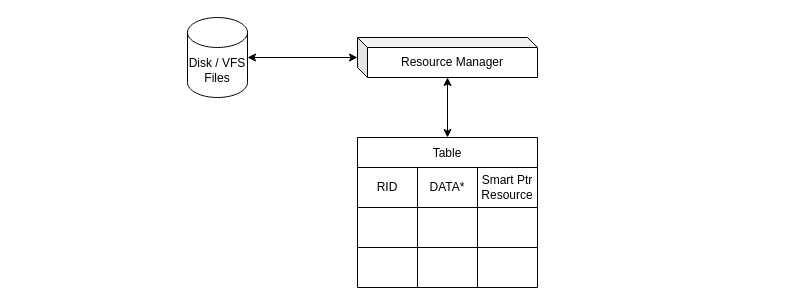
raging-loon/radium-engine-2.0 keeps this draw.io diagram as _doc/diagrams/saved/resmgr2.drawio. Above is the earlier version. Source tidied: cells renumbered, new cells numbered last; positions are measured from the earlier drawing's top-left corner, leaving out a move shared by most shapes. Both pictures are drawn from the tidied source at 100%, with x=0, y=0 at pixel (187, 17).
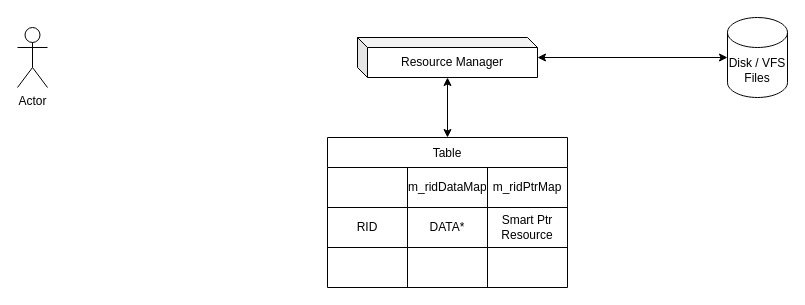
Above is the later version.

What changed in the source:
```diff
@@
 <mxGraphModel>
   <root>
     <mxCell id="0" />
     <mxCell id="1" parent="0" />
     <mxCell id="2" value="Resource Manager" style="shape=cube;whiteSpace=wrap;html=1;boundedLbl=1;backgroundOutline=1;darkOpacity=0.05;darkOpacity2=0.1;size=10;" parent="1" vertex="1">
       <mxGeometry x="170" y="20" width="180" height="40" as="geometry" />
     </mxCell>
     <mxCell id="3" value="Table" style="shape=table;startSize=30;childLayout=tableLayout;strokeColor=default;fontSize=12;" parent="1" vertex="1">
-      <mxGeometry x="170" y="120" width="180" height="150" as="geometry" />
+      <mxGeometry x="140" y="120" width="240" height="150" as="geometry" />
     </mxCell>
+    <mxCell id="8" style="shape=tableRow;horizontal=0;startSize=0;swimlaneHead=0;swimlaneBody=0;strokeColor=inherit;top=0;left=0;bottom=0;right=0;fillColor=none;fontSize=16;" parent="3" vertex="1">
+      <mxGeometry y="30" width="240" height="40" as="geometry" />
+    </mxCell>
+    <mxCell id="9" style="shape=partialRectangle;html=1;whiteSpace=wrap;strokeColor=inherit;overflow=hidden;fillColor=none;top=0;left=0;bottom=0;right=0;fontSize=12;" parent="8" vertex="1">
+      <mxGeometry width="80" height="40" as="geometry" />
+    </mxCell>
+    <mxCell id="10" value="m_ridDataMap" style="shape=partialRectangle;html=1;whiteSpace=wrap;strokeColor=inherit;overflow=hidden;fillColor=none;top=0;left=0;bottom=0;right=0;fontSize=12;" parent="8" vertex="1">
+      <mxGeometry x="80" width="80" height="40" as="geometry" />
+    </mxCell>
+    <mxCell id="11" value="m_ridPtrMap" style="shape=partialRectangle;html=1;whiteSpace=wrap;strokeColor=inherit;overflow=hidden;fillColor=none;top=0;left=0;bottom=0;right=0;fontSize=12;" parent="8" vertex="1">
+      <mxGeometry x="160" width="80" height="40" as="geometry" />
+    </mxCell>
     <mxCell id="4" style="shape=tableRow;horizontal=0;startSize=0;swimlaneHead=0;swimlaneBody=0;strokeColor=inherit;top=0;left=0;bottom=0;right=0;fillColor=none;fontSize=16;" parent="3" vertex="1">
-      <mxGeometry y="30" width="180" height="40" as="geometry" />
+      <mxGeometry y="70" width="240" height="40" as="geometry" />
     </mxCell>
     <mxCell id="5" value="RID" style="shape=partialRectangle;html=1;whiteSpace=wrap;strokeColor=inherit;overflow=hidden;fillColor=none;top=0;left=0;bottom=0;right=0;fontSize=12;" parent="4" vertex="1">
-      <mxGeometry width="60" height="40" as="geometry" />
+      <mxGeometry width="80" height="40" as="geometry" />
     </mxCell>
     <mxCell id="6" value="DATA*" style="shape=partialRectangle;html=1;whiteSpace=wrap;strokeColor=inherit;overflow=hidden;fillColor=none;top=0;left=0;bottom=0;right=0;fontSize=12;" parent="4" vertex="1">
-      <mxGeometry x="60" width="60" height="40" as="geometry" />
+      <mxGeometry x="80" width="80" height="40" as="geometry" />
     </mxCell>
     <mxCell id="7" value="Smart Ptr Resource" style="shape=partialRectangle;html=1;whiteSpace=wrap;strokeColor=inherit;overflow=hidden;fillColor=none;top=0;left=0;bottom=0;right=0;fontSize=12;" parent="4" vertex="1">
-      <mxGeometry x="120" width="60" height="40" as="geometry" />
+      <mxGeometry x="160" width="80" height="40" as="geometry" />
     </mxCell>
-    <mxCell id="8" style="shape=tableRow;horizontal=0;startSize=0;swimlaneHead=0;swimlaneBody=0;strokeColor=inherit;top=0;left=0;bottom=0;right=0;fillColor=none;fontSize=16;" parent="3" vertex="1">
-      <mxGeometry y="70" width="180" height="40" as="geometry" />
-    </mxCell>
-    <mxCell id="9" style="shape=partialRectangle;html=1;whiteSpace=wrap;strokeColor=inherit;overflow=hidden;fillColor=none;top=0;left=0;bottom=0;right=0;fontSize=12;" parent="8" vertex="1">
-      <mxGeometry width="60" height="40" as="geometry" />
-    </mxCell>
-    <mxCell id="10" style="shape=partialRectangle;html=1;whiteSpace=wrap;strokeColor=inherit;overflow=hidden;fillColor=none;top=0;left=0;bottom=0;right=0;fontSize=12;" parent="8" vertex="1">
-      <mxGeometry x="60" width="60" height="40" as="geometry" />
-    </mxCell>
-    <mxCell id="11" style="shape=partialRectangle;html=1;whiteSpace=wrap;strokeColor=inherit;overflow=hidden;fillColor=none;top=0;left=0;bottom=0;right=0;fontSize=12;" parent="8" vertex="1">
-      <mxGeometry x="120" width="60" height="40" as="geometry" />
-    </mxCell>
     <mxCell id="12" style="shape=tableRow;horizontal=0;startSize=0;swimlaneHead=0;swimlaneBody=0;strokeColor=inherit;top=0;left=0;bottom=0;right=0;fillColor=none;fontSize=16;" parent="3" vertex="1">
-      <mxGeometry y="110" width="180" height="40" as="geometry" />
+      <mxGeometry y="110" width="240" height="40" as="geometry" />
     </mxCell>
     <mxCell id="13" style="shape=partialRectangle;html=1;whiteSpace=wrap;strokeColor=inherit;overflow=hidden;fillColor=none;top=0;left=0;bottom=0;right=0;fontSize=12;" parent="12" vertex="1">
-      <mxGeometry width="60" height="40" as="geometry" />
+      <mxGeometry width="80" height="40" as="geometry" />
     </mxCell>
     <mxCell id="14" style="shape=partialRectangle;html=1;whiteSpace=wrap;strokeColor=inherit;overflow=hidden;fillColor=none;top=0;left=0;bottom=0;right=0;fontSize=12;" parent="12" vertex="1">
-      <mxGeometry x="60" width="60" height="40" as="geometry" />
+      <mxGeometry x="80" width="80" height="40" as="geometry" />
     </mxCell>
     <mxCell id="15" style="shape=partialRectangle;html=1;whiteSpace=wrap;strokeColor=inherit;overflow=hidden;fillColor=none;top=0;left=0;bottom=0;right=0;fontSize=12;" parent="12" vertex="1">
-      <mxGeometry x="120" width="60" height="40" as="geometry" />
+      <mxGeometry x="160" width="80" height="40" as="geometry" />
     </mxCell>
     <mxCell id="16" value="Disk / VFS Files" style="shape=cylinder3;whiteSpace=wrap;html=1;boundedLbl=1;backgroundOutline=1;size=15;" parent="1" vertex="1">
-      <mxGeometry width="60" height="80" as="geometry" />
+      <mxGeometry x="540" width="60" height="80" as="geometry" />
     </mxCell>
-    <mxCell id="17" style="endArrow=classic;startArrow=classic;html=1;rounded=0;exitX=1;exitY=0.5;exitDx=0;exitDy=0;exitPerimeter=0;" parent="1" edge="1" source="16" target="2">
+    <mxCell id="17" style="endArrow=classic;startArrow=classic;html=1;rounded=0;exitX=0;exitY=0.5;exitDx=0;exitDy=0;exitPerimeter=0;" parent="1" edge="1" source="16" target="2">
       <mxGeometry relative="1" as="geometry" />
     </mxCell>
     <mxCell id="18" style="endArrow=classic;startArrow=classic;html=1;rounded=0;exitX=0.5;exitY=0;exitDx=0;exitDy=0;" parent="1" edge="1" source="3" target="2">
       <mxGeometry relative="1" as="geometry" />
     </mxCell>
+    <mxCell id="19" value="Actor" style="shape=umlActor;verticalLabelPosition=bottom;verticalAlign=top;html=1;" parent="1" vertex="1">
+      <mxGeometry x="-170" y="10" width="30" height="60" as="geometry" />
+    </mxCell>
   </root>
 </mxGraphModel>
```
